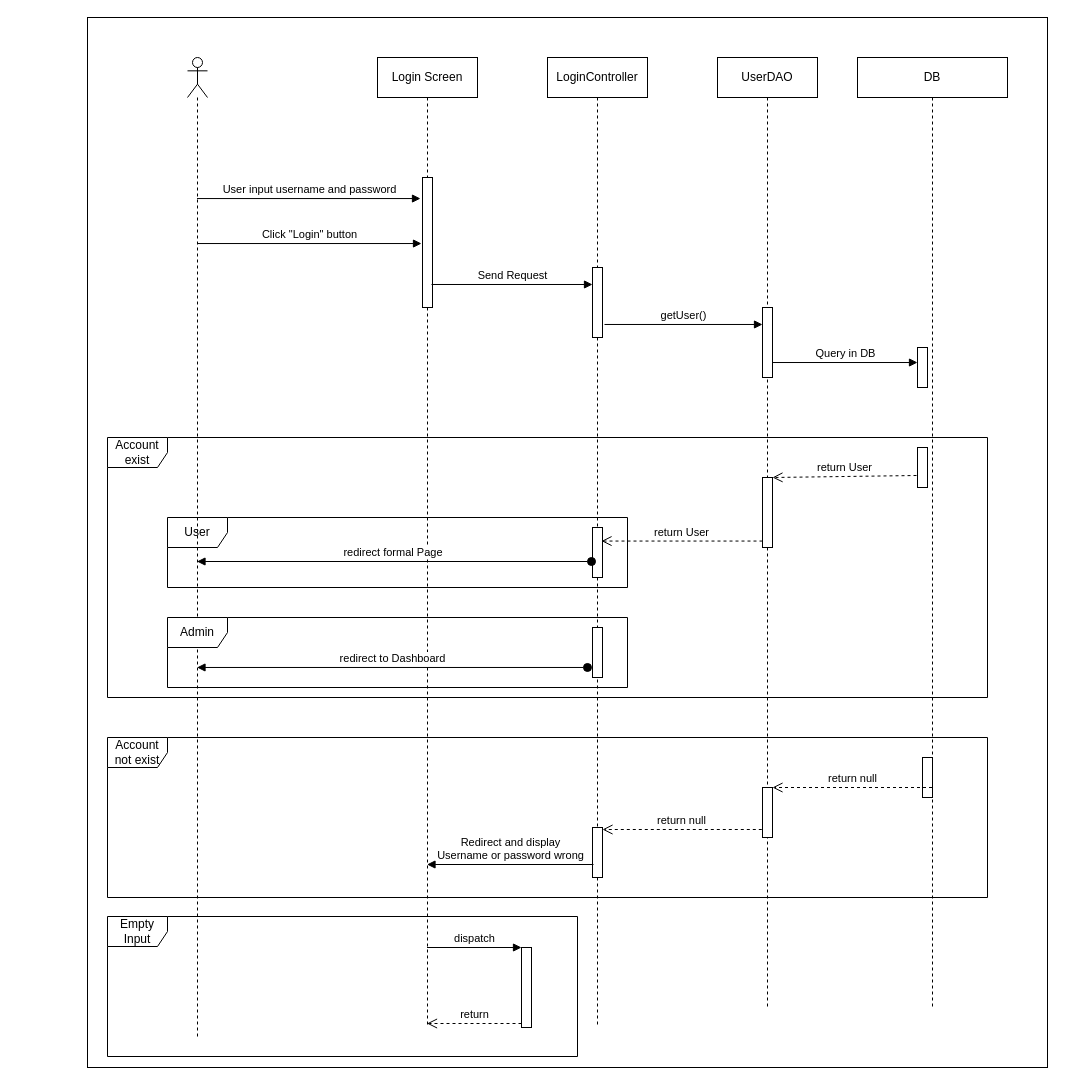
Earlier version of the draw.io diagram page "login 2" (2 of 6) of te1.drawio (baspdd/desktop-tutorial). Source tidied: cells renumbered, new cells numbered last; positions are measured from the earlier drawing's top-left corner, leaving out a move shared by most shapes. Both pictures are drawn from the tidied source at 100%, with x=0, y=0 at pixel (87, 17).
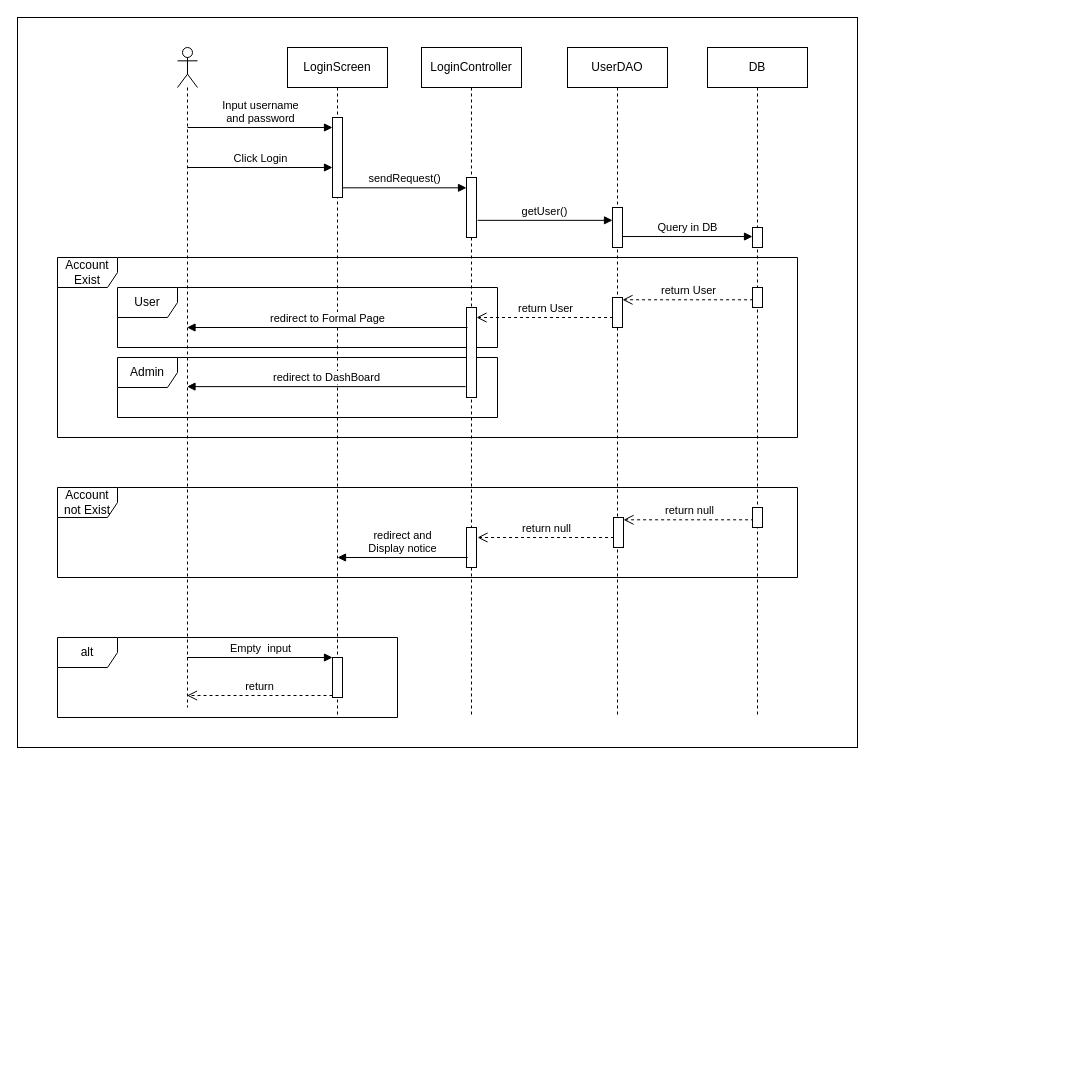
After the change.

What changed in the source:
```diff
@@
-    <mxCell id="2" style="rounded=0;whiteSpace=wrap;html=1;" parent="1" vertex="1">
-      <mxGeometry width="960" height="1050" as="geometry" />
-    </mxCell>
-    <mxCell id="3" value="Empty Input" style="shape=umlFrame;whiteSpace=wrap;html=1;" parent="1" vertex="1">
-      <mxGeometry x="20" y="899" width="470" height="140" as="geometry" />
-    </mxCell>
+    <mxCell id="39" style="rounded=0;whiteSpace=wrap;html=1;" parent="1" vertex="1">
+      <mxGeometry x="-70" width="840" height="730" as="geometry" />
+    </mxCell>
+    <mxCell id="40" value="Account Exist" style="shape=umlFrame;whiteSpace=wrap;html=1;" parent="1" vertex="1">
+      <mxGeometry x="-30" y="240" width="740" height="180" as="geometry" />
+    </mxCell>
+    <mxCell id="15" value="Admin" style="shape=umlFrame;whiteSpace=wrap;html=1;" parent="1" vertex="1">
+      <mxGeometry x="30" y="340" width="380" height="60" as="geometry" />
+    </mxCell>
     <mxCell id="4" value="User" style="shape=umlFrame;whiteSpace=wrap;html=1;" parent="1" vertex="1">
-      <mxGeometry x="80" y="500" width="460" height="70" as="geometry" />
+      <mxGeometry x="30" y="270" width="380" height="60" as="geometry" />
     </mxCell>
-    <mxCell id="5" style="shape=umlLifeline;participant=umlActor;perimeter=lifelinePerimeter;whiteSpace=wrap;html=1;verticalAlign=top;spacingTop=36;outlineConnect=0;" parent="1" vertex="1">
-      <mxGeometry x="100" y="40" width="20" height="980" as="geometry" />
-    </mxCell>
-    <mxCell id="6" value="Login Screen" style="shape=umlLifeline;perimeter=lifelinePerimeter;whiteSpace=wrap;html=1;outlineConnect=0;" parent="1" vertex="1">
-      <mxGeometry x="290" y="40" width="100" height="970" as="geometry" />
-    </mxCell>
-    <mxCell id="7" style="html=1;points=[];perimeter=orthogonalPerimeter;" parent="6" vertex="1">
-      <mxGeometry x="45" y="120" width="10" height="130" as="geometry" />
-    </mxCell>
-    <mxCell id="8" value="User input username and password" style="html=1;verticalAlign=bottom;endArrow=block;rounded=0;entryX=-0.2;entryY=0.162;entryDx=0;entryDy=0;entryPerimeter=0;" parent="1" edge="1" source="5" target="7">
-      <mxGeometry relative="1" as="geometry" />
-    </mxCell>
-    <mxCell id="9" value="Click &quot;Login&quot; button" style="html=1;verticalAlign=bottom;endArrow=block;rounded=0;entryX=-0.1;entryY=0.508;entryDx=0;entryDy=0;entryPerimeter=0;" parent="1" edge="1" source="5" target="7">
-      <mxGeometry relative="1" as="geometry" />
-    </mxCell>
+    <mxCell id="41" style="shape=umlLifeline;participant=umlActor;perimeter=lifelinePerimeter;whiteSpace=wrap;html=1;verticalAlign=top;spacingTop=36;outlineConnect=0;" parent="1" vertex="1">
+      <mxGeometry x="90" y="30" width="20" height="660" as="geometry" />
+    </mxCell>
+    <mxCell id="42" value="Input username &lt;br&gt;and password" style="html=1;verticalAlign=bottom;endArrow=block;rounded=0;" parent="41" edge="1" target="45">
+      <mxGeometry relative="1" as="geometry">
+        <mxPoint x="10" y="80" as="sourcePoint" />
+      </mxGeometry>
+    </mxCell>
+    <mxCell id="43" value="Click Login" style="html=1;verticalAlign=bottom;endArrow=block;rounded=0;" parent="41" edge="1" target="45">
+      <mxGeometry relative="1" as="geometry">
+        <mxPoint x="10" y="120" as="sourcePoint" />
+      </mxGeometry>
+    </mxCell>
+    <mxCell id="44" value="LoginScreen" style="shape=umlLifeline;perimeter=lifelinePerimeter;whiteSpace=wrap;html=1;" parent="1" vertex="1">
+      <mxGeometry x="200" y="30" width="100" height="670" as="geometry" />
+    </mxCell>
+    <mxCell id="45" style="html=1;points=[];perimeter=orthogonalPerimeter;" parent="44" vertex="1">
+      <mxGeometry x="45" y="70" width="10" height="80" as="geometry" />
+    </mxCell>
+    <mxCell id="46" style="html=1;points=[];perimeter=orthogonalPerimeter;" parent="44" vertex="1">
+      <mxGeometry x="45" y="610" width="10" height="40" as="geometry" />
+    </mxCell>
     <mxCell id="10" value="LoginController" style="shape=umlLifeline;perimeter=lifelinePerimeter;whiteSpace=wrap;html=1;" parent="1" vertex="1">
-      <mxGeometry x="460" y="40" width="100" height="970" as="geometry" />
+      <mxGeometry x="334" y="30" width="100" height="670" as="geometry" />
     </mxCell>
-    <mxCell id="11" style="html=1;points=[];perimeter=orthogonalPerimeter;" parent="10" vertex="1">
-      <mxGeometry x="45" y="210" width="10" height="70" as="geometry" />
-    </mxCell>
-    <mxCell id="12" style="html=1;points=[];perimeter=orthogonalPerimeter;" parent="10" vertex="1">
-      <mxGeometry x="45" y="470" width="10" height="50" as="geometry" />
-    </mxCell>
-    <mxCell id="13" style="html=1;perimeter=orthogonalPerimeter;" parent="10" vertex="1">
-      <mxGeometry x="45" y="570" width="10" height="50" as="geometry" />
-    </mxCell>
-    <mxCell id="14" style="html=1;points=[];perimeter=orthogonalPerimeter;" parent="10" vertex="1">
-      <mxGeometry x="45" y="770" width="10" height="50" as="geometry" />
-    </mxCell>
-    <mxCell id="15" value="Admin" style="shape=umlFrame;whiteSpace=wrap;html=1;" parent="10" vertex="1">
-      <mxGeometry x="-380" y="560" width="460" height="70" as="geometry" />
-    </mxCell>
-    <mxCell id="16" value="Send Request" style="html=1;verticalAlign=bottom;endArrow=block;rounded=0;exitX=0.9;exitY=0.823;exitDx=0;exitDy=0;exitPerimeter=0;" parent="1" edge="1" source="7" target="11">
-      <mxGeometry relative="1" as="geometry" />
-    </mxCell>
+    <mxCell id="47" style="html=1;points=[];perimeter=orthogonalPerimeter;" parent="10" vertex="1">
+      <mxGeometry x="45" y="130" width="10" height="60" as="geometry" />
+    </mxCell>
+    <mxCell id="48" style="html=1;points=[];perimeter=orthogonalPerimeter;" parent="10" vertex="1">
+      <mxGeometry x="45" y="260" width="10" height="90" as="geometry" />
+    </mxCell>
+    <mxCell id="49" style="html=1;perimeter=orthogonalPerimeter;" parent="10" vertex="1">
+      <mxGeometry x="45" y="480" width="10" height="40" as="geometry" />
+    </mxCell>
+    <mxCell id="18" value="UserDAO" style="shape=umlLifeline;perimeter=lifelinePerimeter;whiteSpace=wrap;html=1;" parent="1" vertex="1">
+      <mxGeometry x="480" y="30" width="100" height="670" as="geometry" />
+    </mxCell>
+    <mxCell id="50" style="html=1;points=[];perimeter=orthogonalPerimeter;" parent="18" vertex="1">
+      <mxGeometry x="45" y="160" width="10" height="40" as="geometry" />
+    </mxCell>
+    <mxCell id="51" style="html=1;points=[];perimeter=orthogonalPerimeter;" parent="18" vertex="1">
+      <mxGeometry x="45" y="250" width="10" height="30" as="geometry" />
+    </mxCell>
+    <mxCell id="52" style="html=1;points=[];perimeter=orthogonalPerimeter;" parent="18" vertex="1">
+      <mxGeometry x="46" y="470" width="10" height="30" as="geometry" />
+    </mxCell>
+    <mxCell id="53" value="return null" style="html=1;verticalAlign=bottom;endArrow=open;dashed=1;endSize=8;rounded=0;exitX=0.057;exitY=0.614;exitDx=0;exitDy=0;exitPerimeter=0;" parent="18" edge="1" target="52">
+      <mxGeometry relative="1" as="geometry">
+        <mxPoint x="186.6" y="472.3" as="sourcePoint" />
+      </mxGeometry>
+    </mxCell>
+    <mxCell id="54" value="return null" style="html=1;verticalAlign=bottom;endArrow=open;dashed=1;endSize=8;rounded=0;exitX=0.057;exitY=0.667;exitDx=0;exitDy=0;exitPerimeter=0;" parent="18" edge="1" source="52">
+      <mxGeometry relative="1" as="geometry">
+        <mxPoint x="-90" y="490" as="targetPoint" />
+      </mxGeometry>
+    </mxCell>
+    <mxCell id="22" value="DB" style="shape=umlLifeline;perimeter=lifelinePerimeter;whiteSpace=wrap;html=1;outlineConnect=0;" parent="1" vertex="1">
+      <mxGeometry x="620" y="30" width="100" height="670" as="geometry" />
+    </mxCell>
+    <mxCell id="55" style="html=1;points=[];perimeter=orthogonalPerimeter;" parent="22" vertex="1">
+      <mxGeometry x="45" y="180" width="10" height="20" as="geometry" />
+    </mxCell>
+    <mxCell id="56" style="html=1;points=[];perimeter=orthogonalPerimeter;" parent="22" vertex="1">
+      <mxGeometry x="45" y="240" width="10" height="20" as="geometry" />
+    </mxCell>
+    <mxCell id="57" style="html=1;perimeter=orthogonalPerimeter;" parent="22" vertex="1">
+      <mxGeometry x="45" y="460" width="10" height="20" as="geometry" />
+    </mxCell>
+    <mxCell id="58" value="sendRequest()" style="html=1;verticalAlign=bottom;endArrow=block;rounded=0;exitX=0.971;exitY=0.879;exitDx=0;exitDy=0;exitPerimeter=0;" parent="1" edge="1" source="45" target="47">
+      <mxGeometry relative="1" as="geometry" />
+    </mxCell>
-    <mxCell id="17" value="getUser()" style="html=1;verticalAlign=bottom;endArrow=block;rounded=0;exitX=1.2;exitY=0.814;exitDx=0;exitDy=0;exitPerimeter=0;" parent="1" edge="1" source="11" target="19">
+    <mxCell id="17" value="getUser()" style="html=1;verticalAlign=bottom;endArrow=block;rounded=0;exitX=1.114;exitY=0.714;exitDx=0;exitDy=0;exitPerimeter=0;" parent="1" edge="1" source="47" target="50">
       <mxGeometry relative="1" as="geometry" />
     </mxCell>
-    <mxCell id="18" value="UserDAO" style="shape=umlLifeline;perimeter=lifelinePerimeter;whiteSpace=wrap;html=1;" parent="1" vertex="1">
-      <mxGeometry x="630" y="40" width="100" height="950" as="geometry" />
-    </mxCell>
-    <mxCell id="19" style="html=1;points=[];perimeter=orthogonalPerimeter;" parent="18" vertex="1">
-      <mxGeometry x="45" y="250" width="10" height="70" as="geometry" />
-    </mxCell>
-    <mxCell id="20" style="html=1;points=[];perimeter=orthogonalPerimeter;" parent="18" vertex="1">
-      <mxGeometry x="45" y="420" width="10" height="70" as="geometry" />
-    </mxCell>
-    <mxCell id="21" style="html=1;points=[];perimeter=orthogonalPerimeter;" parent="18" vertex="1">
-      <mxGeometry x="45" y="730" width="10" height="50" as="geometry" />
-    </mxCell>
-    <mxCell id="22" value="DB" style="shape=umlLifeline;perimeter=lifelinePerimeter;whiteSpace=wrap;html=1;outlineConnect=0;" parent="1" vertex="1">
-      <mxGeometry x="770" y="40" width="150" height="950" as="geometry" />
-    </mxCell>
-    <mxCell id="23" style="html=1;points=[];perimeter=orthogonalPerimeter;" parent="22" vertex="1">
-      <mxGeometry x="60" y="290" width="10" height="40" as="geometry" />
-    </mxCell>
-    <mxCell id="24" style="html=1;points=[];perimeter=orthogonalPerimeter;" parent="22" vertex="1">
-      <mxGeometry x="60" y="390" width="10" height="40" as="geometry" />
-    </mxCell>
-    <mxCell id="25" style="html=1;perimeter=orthogonalPerimeter;" parent="22" vertex="1">
-      <mxGeometry x="65" y="700" width="10" height="40" as="geometry" />
-    </mxCell>
-    <mxCell id="26" value="Query in DB" style="html=1;verticalAlign=bottom;endArrow=block;rounded=0;exitX=1;exitY=0.786;exitDx=0;exitDy=0;exitPerimeter=0;" parent="1" edge="1" source="19" target="23">
+    <mxCell id="26" value="Query in DB" style="html=1;verticalAlign=bottom;endArrow=block;rounded=0;exitX=1.029;exitY=0.726;exitDx=0;exitDy=0;exitPerimeter=0;" parent="1" edge="1" source="50" target="55">
       <mxGeometry relative="1" as="geometry" />
     </mxCell>
-    <mxCell id="27" value="return User" style="html=1;verticalAlign=bottom;endArrow=open;dashed=1;endSize=8;rounded=0;exitX=-0.1;exitY=0.7;exitDx=0;exitDy=0;exitPerimeter=0;" parent="1" edge="1" source="24" target="20">
-      <mxGeometry relative="1" as="geometry" />
-    </mxCell>
-    <mxCell id="28" value="return User" style="html=1;verticalAlign=bottom;endArrow=open;dashed=1;endSize=8;rounded=0;entryX=0.9;entryY=0.271;entryDx=0;entryDy=0;entryPerimeter=0;" parent="1" edge="1" source="20" target="12">
-      <mxGeometry relative="1" as="geometry" />
-    </mxCell>
-    <mxCell id="29" value="return null" style="html=1;verticalAlign=bottom;endArrow=open;dashed=1;endSize=8;rounded=0;" parent="1" edge="1" source="22" target="21">
-      <mxGeometry relative="1" as="geometry" />
-    </mxCell>
-    <mxCell id="30" value="return null" style="html=1;verticalAlign=bottom;endArrow=open;dashed=1;endSize=8;rounded=0;exitX=-0.07;exitY=0.84;exitDx=0;exitDy=0;exitPerimeter=0;" parent="1" edge="1" source="21" target="14">
-      <mxGeometry relative="1" as="geometry" />
-    </mxCell>
-    <mxCell id="31" value="redirect to Dashboard" style="html=1;verticalAlign=bottom;startArrow=oval;startFill=1;endArrow=block;startSize=8;rounded=0;exitX=0.913;exitY=0.714;exitDx=0;exitDy=0;exitPerimeter=0;" parent="1" edge="1" source="15" target="5">
-      <mxGeometry relative="1" as="geometry" />
-    </mxCell>
-    <mxCell id="32" value="redirect formal Page&amp;nbsp;" style="html=1;verticalAlign=bottom;startArrow=oval;startFill=1;endArrow=block;startSize=8;rounded=0;exitX=-0.1;exitY=0.68;exitDx=0;exitDy=0;exitPerimeter=0;" parent="1" edge="1" source="12" target="5">
-      <mxGeometry relative="1" as="geometry" />
-    </mxCell>
-    <mxCell id="33" value="Redirect and display&lt;br&gt;Username or password wrong" style="html=1;verticalAlign=bottom;endArrow=block;rounded=0;exitX=0.1;exitY=0.74;exitDx=0;exitDy=0;exitPerimeter=0;" parent="1" edge="1" source="14" target="6">
-      <mxGeometry relative="1" as="geometry" />
-    </mxCell>
-    <mxCell id="34" style="html=1;points=[];perimeter=orthogonalPerimeter;" parent="1" vertex="1">
-      <mxGeometry x="434" y="930" width="10" height="80" as="geometry" />
-    </mxCell>
-    <mxCell id="35" value="dispatch" style="html=1;verticalAlign=bottom;endArrow=block;entryX=0;entryY=0;rounded=0;" parent="1" edge="1" source="6" target="34">
-      <mxGeometry relative="1" as="geometry" />
-    </mxCell>
+    <mxCell id="59" value="return User" style="html=1;verticalAlign=bottom;endArrow=open;dashed=1;endSize=8;rounded=0;exitX=0.057;exitY=0.614;exitDx=0;exitDy=0;exitPerimeter=0;" parent="1" edge="1" source="56" target="51">
+      <mxGeometry relative="1" as="geometry" />
+    </mxCell>
+    <mxCell id="60" value="return User" style="html=1;verticalAlign=bottom;endArrow=open;dashed=1;endSize=8;rounded=0;exitX=0.057;exitY=0.667;exitDx=0;exitDy=0;exitPerimeter=0;" parent="1" edge="1" source="51" target="48">
+      <mxGeometry relative="1" as="geometry" />
+    </mxCell>
+    <mxCell id="61" value="redirect to Formal Page" style="html=1;verticalAlign=bottom;endArrow=block;rounded=0;" parent="1" edge="1" target="41">
+      <mxGeometry relative="1" as="geometry">
+        <mxPoint x="380" y="310" as="sourcePoint" />
+      </mxGeometry>
+    </mxCell>
+    <mxCell id="62" value="redirect to DashBoard" style="html=1;verticalAlign=bottom;endArrow=block;rounded=0;exitX=-0.086;exitY=0.879;exitDx=0;exitDy=0;exitPerimeter=0;" parent="1" edge="1" source="48" target="41">
+      <mxGeometry relative="1" as="geometry" />
+    </mxCell>
+    <mxCell id="63" value="redirect and &lt;br&gt;Display notice" style="html=1;verticalAlign=bottom;endArrow=block;rounded=0;" parent="1" edge="1">
+      <mxGeometry relative="1" as="geometry">
+        <mxPoint x="380.2" y="540" as="sourcePoint" />
+        <mxPoint x="250" y="540" as="targetPoint" />
+      </mxGeometry>
+    </mxCell>
+    <mxCell id="64" value="Account not Exist" style="shape=umlFrame;whiteSpace=wrap;html=1;" parent="1" vertex="1">
+      <mxGeometry x="-30" y="470" width="740" height="90" as="geometry" />
+    </mxCell>
+    <mxCell id="65" value="Empty&amp;nbsp; input" style="html=1;verticalAlign=bottom;endArrow=block;entryX=0;entryY=0;rounded=0;" parent="1" edge="1" source="41" target="46">
+      <mxGeometry relative="1" as="geometry" />
+    </mxCell>
-    <mxCell id="36" value="return" style="html=1;verticalAlign=bottom;endArrow=open;dashed=1;endSize=8;exitX=0;exitY=0.95;rounded=0;" parent="1" edge="1" source="34" target="6">
+    <mxCell id="36" value="return" style="html=1;verticalAlign=bottom;endArrow=open;dashed=1;endSize=8;exitX=0;exitY=0.95;rounded=0;" parent="1" edge="1" source="46" target="41">
       <mxGeometry relative="1" as="geometry" />
     </mxCell>
-    <mxCell id="37" value="Account exist" style="shape=umlFrame;whiteSpace=wrap;html=1;" parent="1" vertex="1">
-      <mxGeometry x="20" y="420" width="880" height="260" as="geometry" />
-    </mxCell>
-    <mxCell id="38" value="Account not exist" style="shape=umlFrame;whiteSpace=wrap;html=1;" parent="1" vertex="1">
-      <mxGeometry x="20" y="720" width="880" height="160" as="geometry" />
-    </mxCell>
+    <mxCell id="66" value="alt" style="shape=umlFrame;whiteSpace=wrap;html=1;" parent="1" vertex="1">
+      <mxGeometry x="-30" y="620" width="340" height="80" as="geometry" />
+    </mxCell>
```
